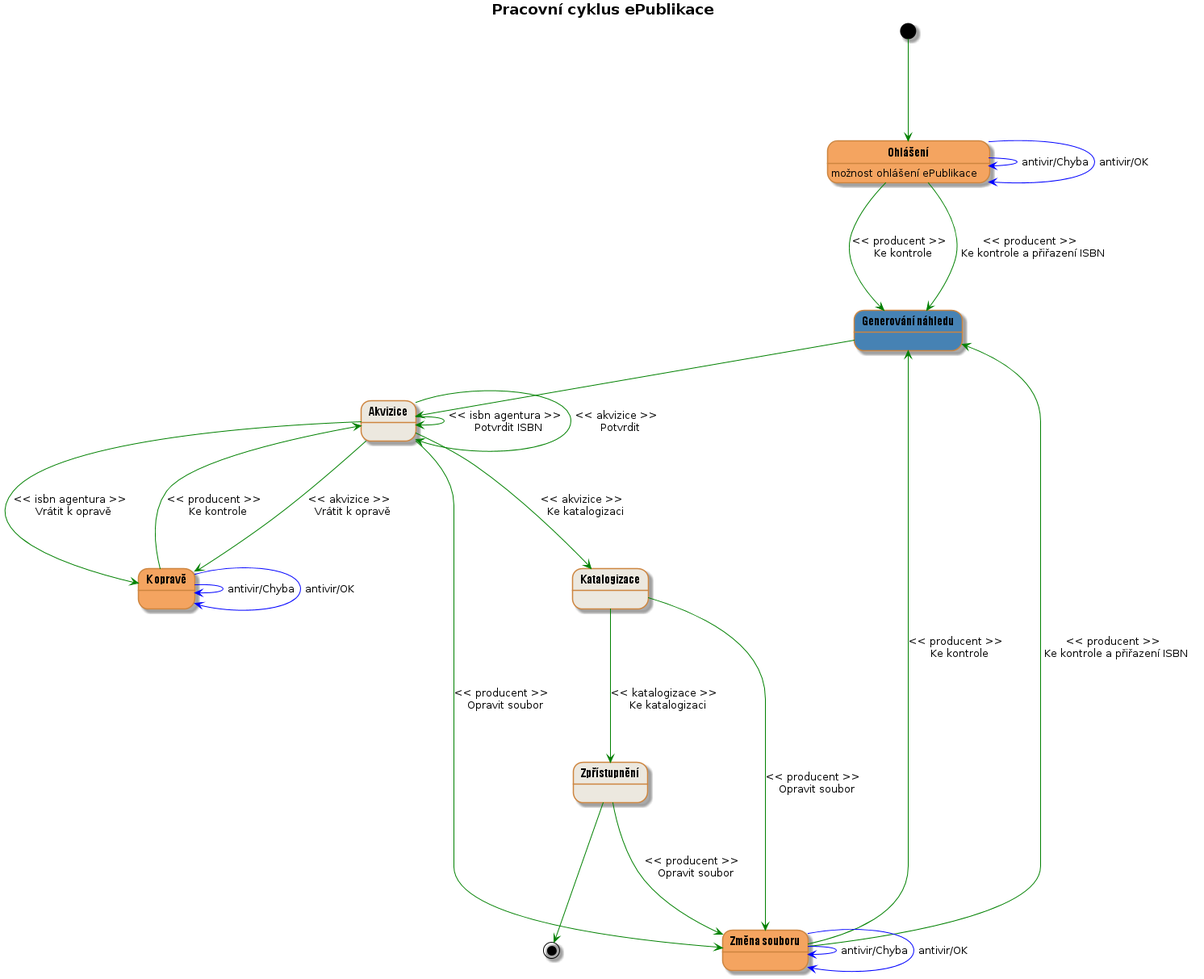
This is docs/wf02.png from edeposit/edeposit.policy, a PlantUML export, as it was before one commit.
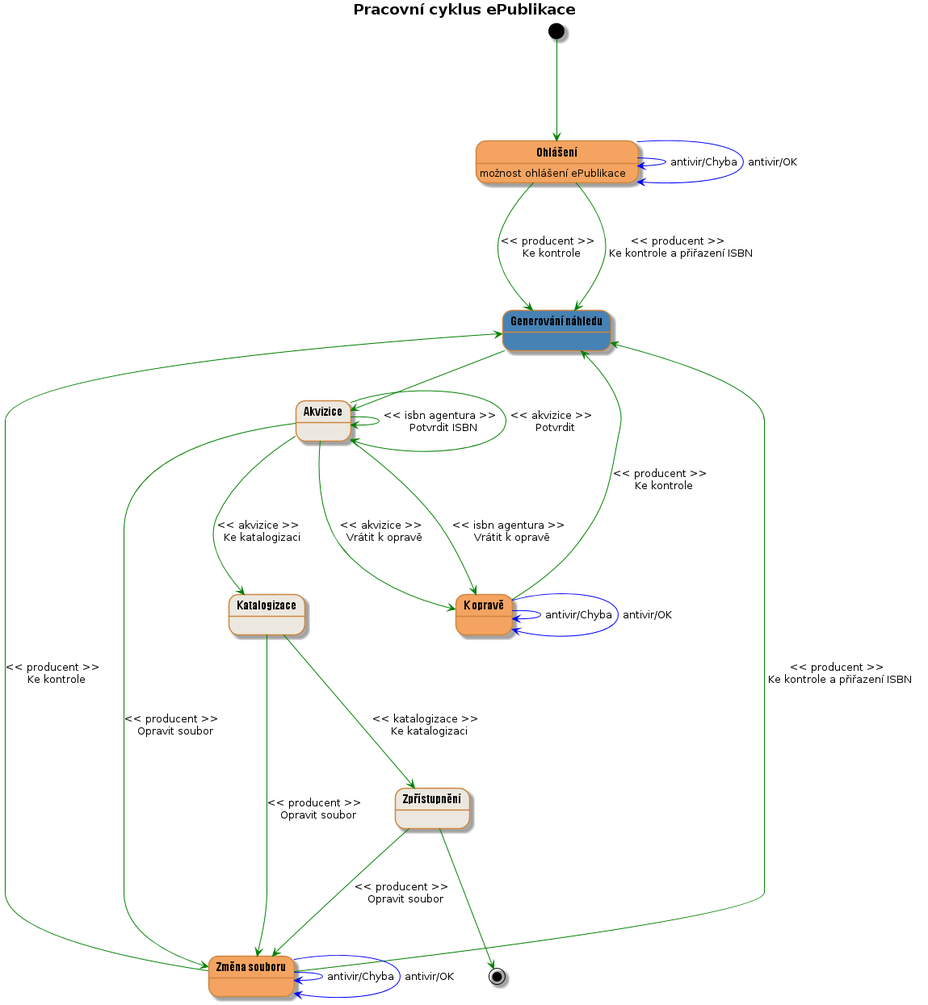
Above is the later version.

Commit message:
fixed thumbnail generating state.

What changed in the source:
```diff
@@ -34,7 +34,7 @@
 acquisition ---> declarationWithError : << akvizice >> \n Vrátit k oprav?
 acquisition ---> acquisition : << isbn agentura >> \n Potvrdit ISBN
 acquisition ---> acquisition : << akvizice >> \n Potvrdit
-declarationWithError ---> acquisition : << producent >> \n Ke kontrole
+declarationWithError ---> thumbnailGenerating : << producent >> \n Ke kontrole
 declarationWithError -[#blue]-> declarationWithError : antivir/Chyba
 declarationWithError -[#blue]-> declarationWithError : antivir/OK
 
```
